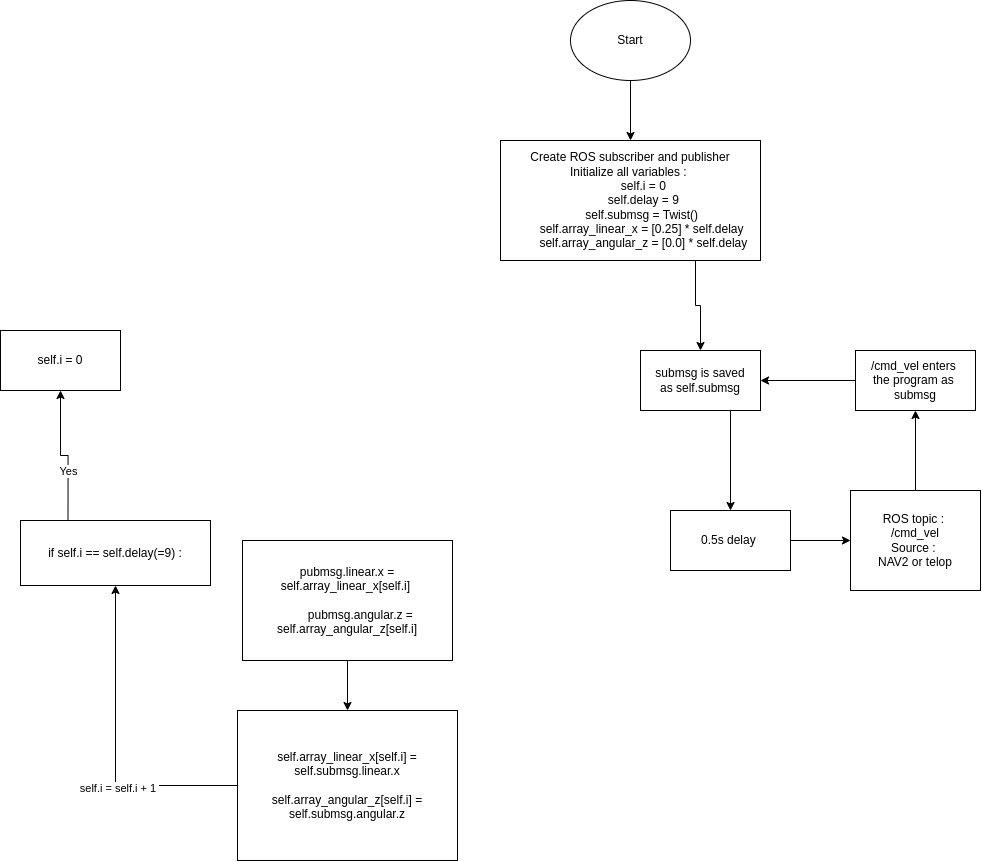
Earlier version of the draw.io export Figures/drawio/cmd_vel_subpub.png (Lars-33/masteruia2). Source tidied: cells renumbered, new cells last; positions are measured from the earlier drawing's top-left corner, leaving out a move shared by most shapes.
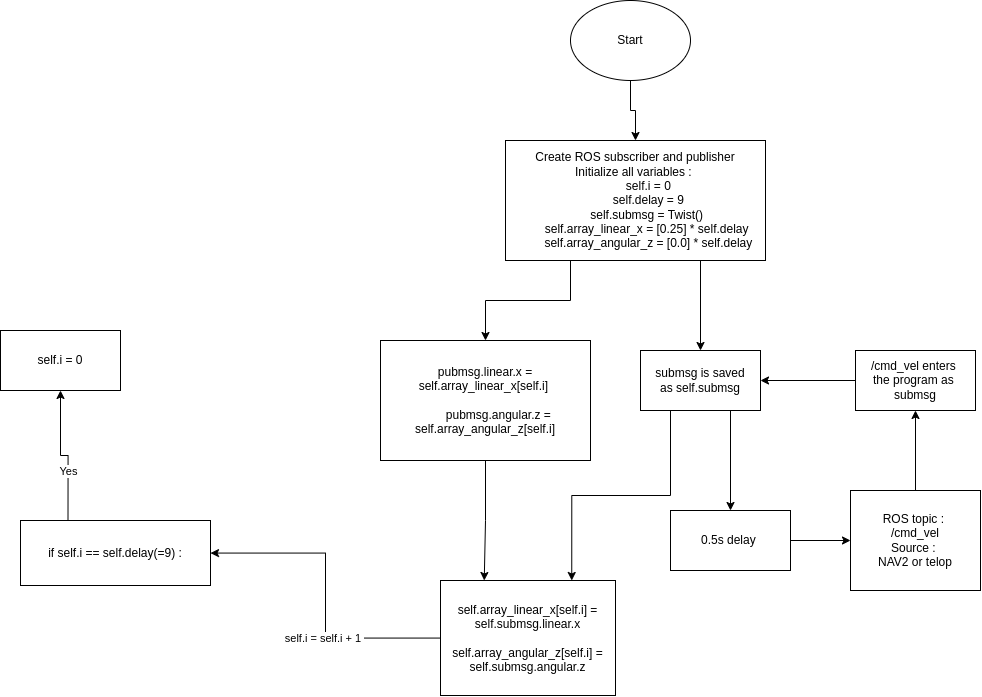
After the change.

Diff of the diagram source:
```diff
@@ -11,6 +11,9 @@
     <mxCell id="4" style="edgeStyle=orthogonalEdgeStyle;rounded=0;jettySize=auto;html=1;exitX=0.75;exitY=1;exitDx=0;exitDy=0;" parent="1" edge="1" source="5" target="20">
       <mxGeometry relative="1" as="geometry" />
     </mxCell>
+    <mxCell id="23" style="edgeStyle=orthogonalEdgeStyle;rounded=0;jettySize=auto;html=1;exitX=0.25;exitY=1;exitDx=0;exitDy=0;entryX=0.75;entryY=0;entryDx=0;entryDy=0;" parent="1" edge="1" source="5" target="8">
+      <mxGeometry relative="1" as="geometry" />
+    </mxCell>
     <mxCell id="5" value="submsg is saved&lt;br&gt;as self.submsg" style="whiteSpace=wrap;html=1;rounded=0;" parent="1" vertex="1">
       <mxGeometry x="640" y="350" width="120" height="60" as="geometry" />
     </mxCell>
@@ -21,13 +24,13 @@
       <mxGeometry x="-0.26" y="2" relative="1" as="geometry" />
     </mxCell>
     <mxCell id="8" value="self.array_linear_x[self.i] = self.submsg.linear.x&lt;br&gt;&lt;br&gt;self.array_angular_z[self.i] = self.submsg.angular.z" style="whiteSpace=wrap;html=1;rounded=0;" parent="1" vertex="1">
-      <mxGeometry x="237" y="710" width="220" height="150" as="geometry" />
+      <mxGeometry x="440" y="580" width="175" height="115" as="geometry" />
     </mxCell>
-    <mxCell id="9" style="edgeStyle=orthogonalEdgeStyle;rounded=0;jettySize=auto;html=1;" parent="1" edge="1" source="10" target="8">
+    <mxCell id="9" style="edgeStyle=orthogonalEdgeStyle;rounded=0;jettySize=auto;html=1;exitX=0.5;exitY=1;exitDx=0;exitDy=0;entryX=0.25;entryY=0;entryDx=0;entryDy=0;" parent="1" edge="1" source="10" target="8">
       <mxGeometry relative="1" as="geometry" />
     </mxCell>
     <mxCell id="10" value="&lt;div&gt;pubmsg.linear.x = self.array_linear_x[self.i]&amp;nbsp;&lt;/div&gt;&lt;div&gt;&lt;br&gt;&lt;/div&gt;&lt;div&gt;&amp;nbsp; &amp;nbsp; &amp;nbsp; &amp;nbsp; pubmsg.angular.z = self.array_angular_z[self.i]&lt;/div&gt;" style="rounded=0;whiteSpace=wrap;html=1;" parent="1" vertex="1">
-      <mxGeometry x="242" y="540" width="210" height="120" as="geometry" />
+      <mxGeometry x="380" y="340" width="210" height="120" as="geometry" />
     </mxCell>
     <mxCell id="11" style="edgeStyle=orthogonalEdgeStyle;rounded=0;jettySize=auto;html=1;exitX=0.75;exitY=1;exitDx=0;exitDy=0;" parent="1" edge="1" source="13" target="14">
       <mxGeometry relative="1" as="geometry" />
@@ -44,8 +47,11 @@
     <mxCell id="15" style="edgeStyle=orthogonalEdgeStyle;rounded=0;jettySize=auto;html=1;exitX=0.75;exitY=1;exitDx=0;exitDy=0;" parent="1" edge="1" source="16" target="5">
       <mxGeometry relative="1" as="geometry" />
     </mxCell>
+    <mxCell id="24" style="edgeStyle=orthogonalEdgeStyle;rounded=0;jettySize=auto;html=1;exitX=0.25;exitY=1;exitDx=0;exitDy=0;entryX=0.5;entryY=0;entryDx=0;entryDy=0;" parent="1" edge="1" source="16" target="10">
+      <mxGeometry relative="1" as="geometry" />
+    </mxCell>
     <mxCell id="16" value="Create ROS subscriber and publisher&lt;br&gt;Initialize all variables :&amp;nbsp;&lt;div&gt;&amp;nbsp; &amp;nbsp; &amp;nbsp; &amp;nbsp; self.i = 0&lt;/div&gt;&lt;div&gt;&amp;nbsp; &amp;nbsp; &amp;nbsp; &amp;nbsp; self.delay = 9&lt;/div&gt;&lt;div&gt;&amp;nbsp; &amp;nbsp; &amp;nbsp; &amp;nbsp; self.submsg = Twist()&amp;nbsp;&lt;/div&gt;&lt;div&gt;&amp;nbsp; &amp;nbsp; &amp;nbsp; &amp;nbsp; self.array_linear_x = [0.25] * self.delay&amp;nbsp;&lt;/div&gt;&lt;div&gt;&amp;nbsp; &amp;nbsp; &amp;nbsp; &amp;nbsp; self.array_angular_z = [0.0] * self.delay&lt;/div&gt;" style="rounded=0;whiteSpace=wrap;html=1;" parent="1" vertex="1">
-      <mxGeometry x="500" y="140" width="260" height="120" as="geometry" />
+      <mxGeometry x="505" y="140" width="260" height="120" as="geometry" />
     </mxCell>
     <mxCell id="17" style="edgeStyle=orthogonalEdgeStyle;rounded=0;jettySize=auto;html=1;" parent="1" edge="1" source="18" target="16">
       <mxGeometry relative="1" as="geometry" />
```
